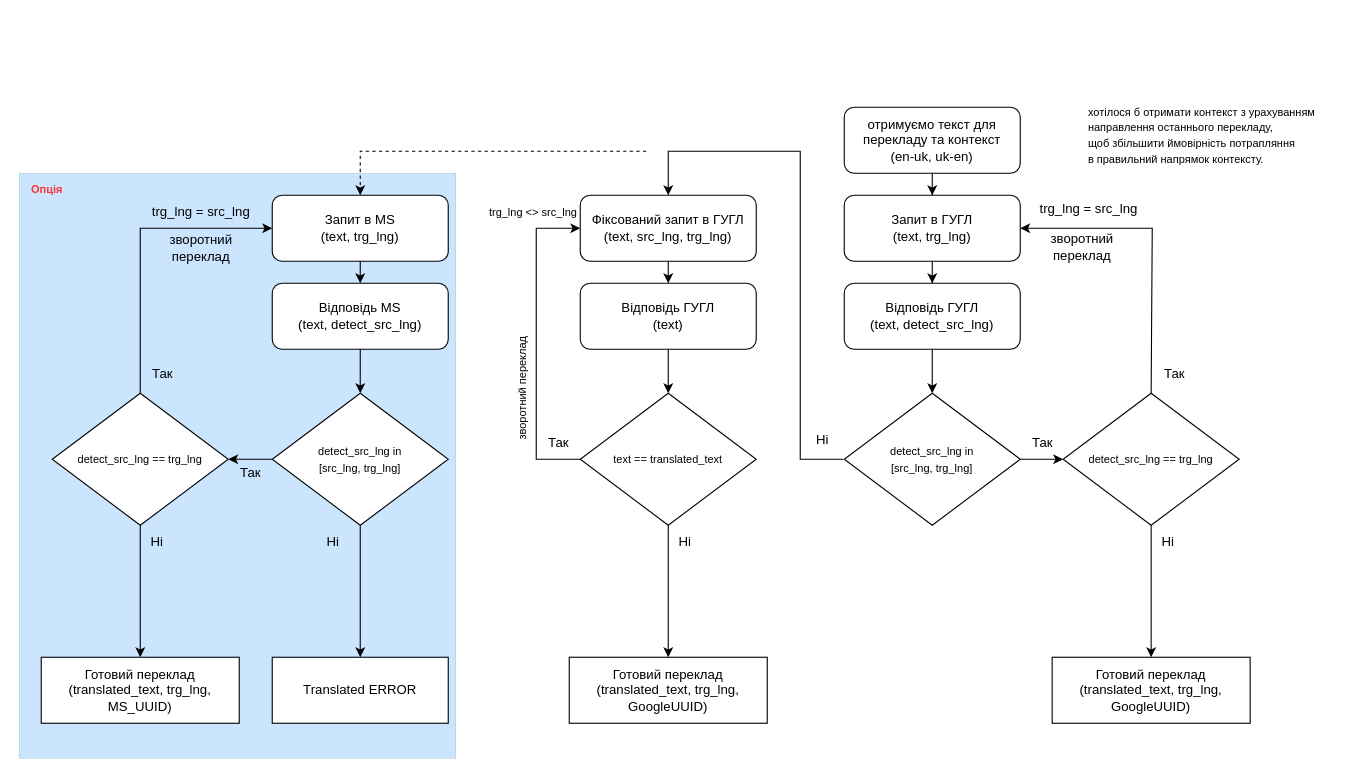
Above: page "Переклад" (2 of 2) of doc/db_structure.drawio in essayNEXT/REPETITOR (draw.io), before the change. Source tidied: cells renumbered, new cells numbered last; positions are measured from the earlier drawing's top-left corner, leaving out a move shared by most shapes. Both pictures are drawn from the tidied source at 110%, with x=0, y=0 at pixel (19, 96).
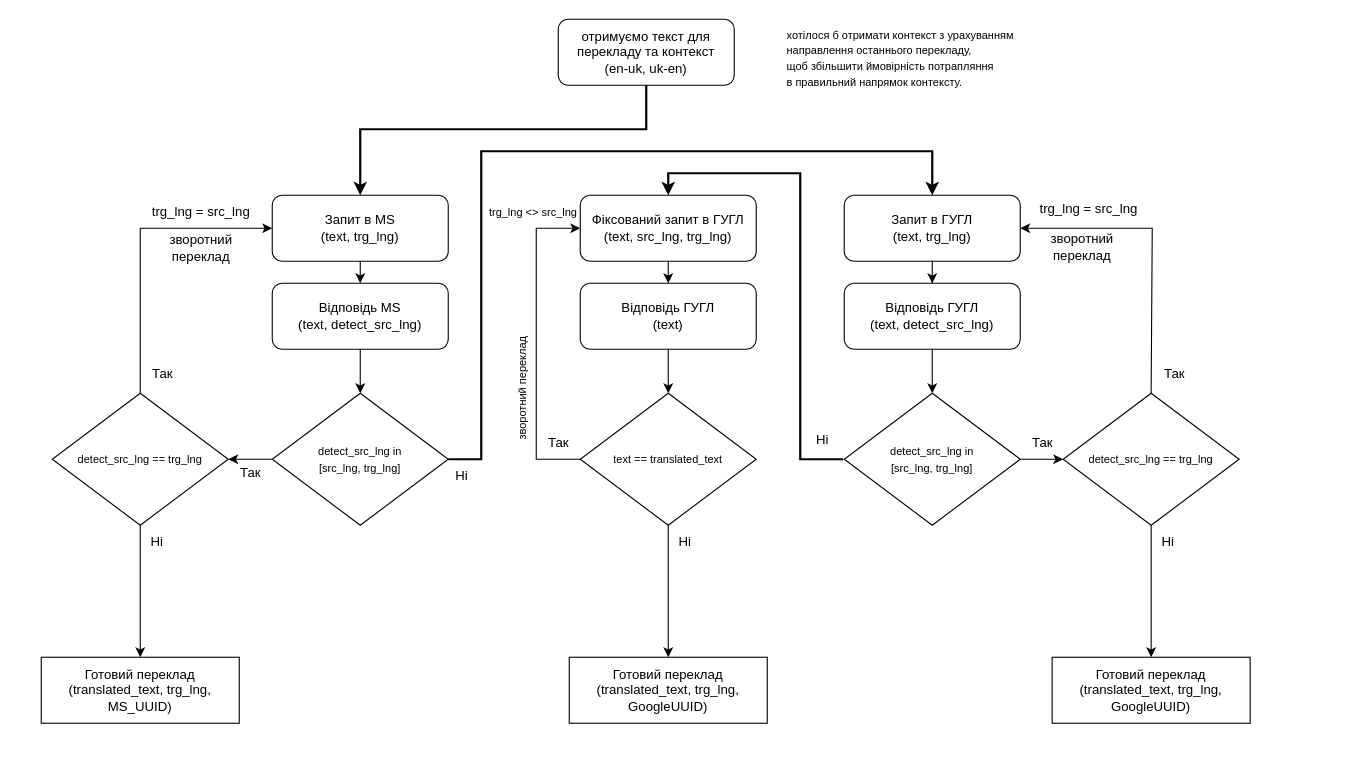
The same diagram, later.

Commit message:
оновив - схема перекладу

The change refers to these unchanged cells:
```xml
<mxCell id="6" value="Запит в ГУГЛ &lt;br&gt;(text, trg_lng)" style="rounded=1;whiteSpace=wrap;html=1;" parent="1" vertex="1">
  <mxGeometry x="750" y="90" width="160" height="60" as="geometry" />
</mxCell>
<mxCell id="21" value="Фіксований запит в ГУГЛ &lt;br&gt;(text, src_lng, trg_lng)" style="rounded=1;whiteSpace=wrap;html=1;" parent="1" vertex="1">
  <mxGeometry x="510" y="90" width="160" height="60" as="geometry" />
</mxCell>
<mxCell id="34" value="Запит в MS&lt;br&gt;(text, trg_lng)" style="rounded=1;whiteSpace=wrap;html=1;" parent="1" vertex="1">
  <mxGeometry x="230" y="90" width="160" height="60" as="geometry" />
</mxCell>
<mxCell id="38" value="&lt;font style=&quot;font-size: 10px;&quot;&gt;detect_src_lng in &lt;br&gt;[src_lng, trg_lng]&lt;/font&gt;" style="rhombus;whiteSpace=wrap;html=1;" parent="1" vertex="1">
  <mxGeometry x="230" y="270" width="160" height="120" as="geometry" />
</mxCell>
```

What changed in the source:
```diff
@@
-    <mxCell id="2" style="rounded=0;whiteSpace=wrap;html=1;fillColor=#cce5ff;strokeColor=#36393d;strokeWidth=0;" parent="1" vertex="1">
-      <mxGeometry y="70" width="397" height="532" as="geometry" />
-    </mxCell>
-    <mxCell id="3" style="edgeStyle=orthogonalEdgeStyle;rounded=0;jettySize=auto;html=1;entryX=0.5;entryY=0;entryDx=0;entryDy=0;" parent="1" edge="1" source="4" target="6">
-      <mxGeometry relative="1" as="geometry" />
-    </mxCell>
     <mxCell id="4" value="отримуємо текст для перекладу та контекст &lt;br&gt;(en-uk, uk-en)" style="rounded=1;whiteSpace=wrap;html=1;" parent="1" vertex="1">
-      <mxGeometry x="750" y="10" width="160" height="60" as="geometry" />
+      <mxGeometry x="490" y="-70" width="160" height="60" as="geometry" />
     </mxCell>
@@
     <mxCell id="25" value="&lt;font style=&quot;font-size: 10px;&quot;&gt;хотілося б отримати контекст з урахуванням &lt;br&gt;направлення останнього перекладу, &lt;br&gt;щоб збільшити ймовірність потрапляння &lt;br&gt;в правильний напрямок контексту.&lt;/font&gt;" style="text;html=1;align=left;verticalAlign=middle;strokeColor=none;fillColor=none;" parent="1" vertex="1">
-      <mxGeometry x="970" width="230" height="70" as="geometry" />
+      <mxGeometry x="696" y="-70" width="230" height="70" as="geometry" />
     </mxCell>
@@
-    <mxCell id="35" style="endArrow=classic;html=1;rounded=0;entryX=0.5;entryY=0;entryDx=0;entryDy=0;" parent="1" edge="1" target="21">
+    <mxCell id="35" style="endArrow=classic;html=1;rounded=0;entryX=0.5;entryY=0;entryDx=0;entryDy=0;strokeWidth=2;" parent="1" edge="1" target="21">
       <mxGeometry relative="1" as="geometry">
         <mxPoint x="749" y="330" as="sourcePoint" />
         <Array as="points">
           <mxPoint x="710" y="330" />
-          <mxPoint x="710" y="50" />
-          <mxPoint x="590" y="50" />
+          <mxPoint x="710" y="70" />
+          <mxPoint x="590" y="70" />
         </Array>
       </mxGeometry>
     </mxCell>
@@
     <mxCell id="47" value="Ні" style="text;html=1;align=center;verticalAlign=middle;strokeColor=none;fillColor=none;" parent="1" vertex="1">
-      <mxGeometry x="270" y="390" width="30" height="30" as="geometry" />
+      <mxGeometry x="387" y="330" width="30" height="30" as="geometry" />
     </mxCell>
@@
-    <mxCell id="51" value="&lt;font color=&quot;#ff3333&quot; style=&quot;font-size: 10px;&quot;&gt;&lt;b&gt;Опція&lt;/b&gt;&lt;/font&gt;" style="text;html=1;align=center;verticalAlign=middle;" parent="1" vertex="1">
-      <mxGeometry y="69" width="50" height="30" as="geometry" />
-    </mxCell>
-    <mxCell id="52" style="endArrow=classic;html=1;rounded=0;exitX=0.5;exitY=1;exitDx=0;exitDy=0;entryX=0.5;entryY=0;entryDx=0;entryDy=0;" parent="1" edge="1" source="38" target="53">
-      <mxGeometry relative="1" as="geometry" />
+    <mxCell id="52" style="endArrow=classic;html=1;rounded=0;exitX=1;exitY=0.5;exitDx=0;exitDy=0;entryX=0.5;entryY=0;entryDx=0;entryDy=0;strokeWidth=2;" parent="1" edge="1" source="38" target="6">
+      <mxGeometry relative="1" as="geometry">
+        <Array as="points">
+          <mxPoint x="420" y="330" />
+          <mxPoint x="420" y="50" />
+          <mxPoint x="830" y="50" />
+        </Array>
+      </mxGeometry>
     </mxCell>
-    <mxCell id="53" value="Translated ERROR" style="whiteSpace=wrap;html=1;" parent="1" vertex="1">
-      <mxGeometry x="230" y="510" width="160" height="60" as="geometry" />
-    </mxCell>
-    <mxCell id="54" style="endArrow=classic;html=1;rounded=0;entryX=0.5;entryY=0;entryDx=0;entryDy=0;dashed=1;" parent="1" edge="1" target="34">
+    <mxCell id="54" style="endArrow=classic;html=1;rounded=0;entryX=0.5;entryY=0;entryDx=0;entryDy=0;exitX=0.5;exitY=1;exitDx=0;exitDy=0;strokeWidth=2;" parent="1" edge="1" source="4" target="34">
       <mxGeometry relative="1" as="geometry">
-        <mxPoint x="570" y="50" as="sourcePoint" />
         <Array as="points">
-          <mxPoint x="310" y="50" />
+          <mxPoint x="570" y="30" />
+          <mxPoint x="310" y="30" />
         </Array>
       </mxGeometry>
     </mxCell>
```
